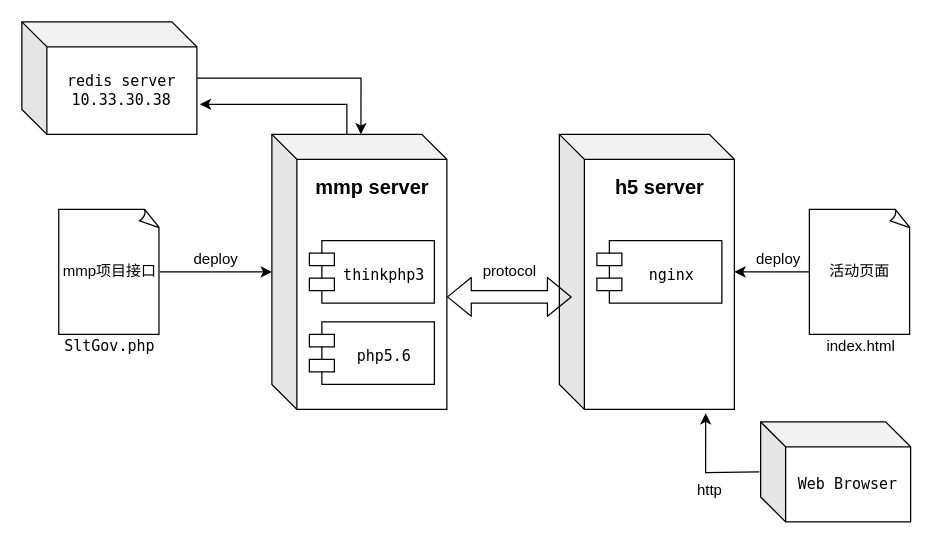
Above: 水利厅问卷调查接口UML部署图.drawio in chrisyukine/cyk (draw.io), before the change. Source tidied: cells renumbered, new cells numbered last; positions are measured from the earlier drawing's top-left corner, leaving out a move shared by most shapes. Both pictures are drawn from the tidied source at 125%, with x=0, y=0 at pixel (21, 21).
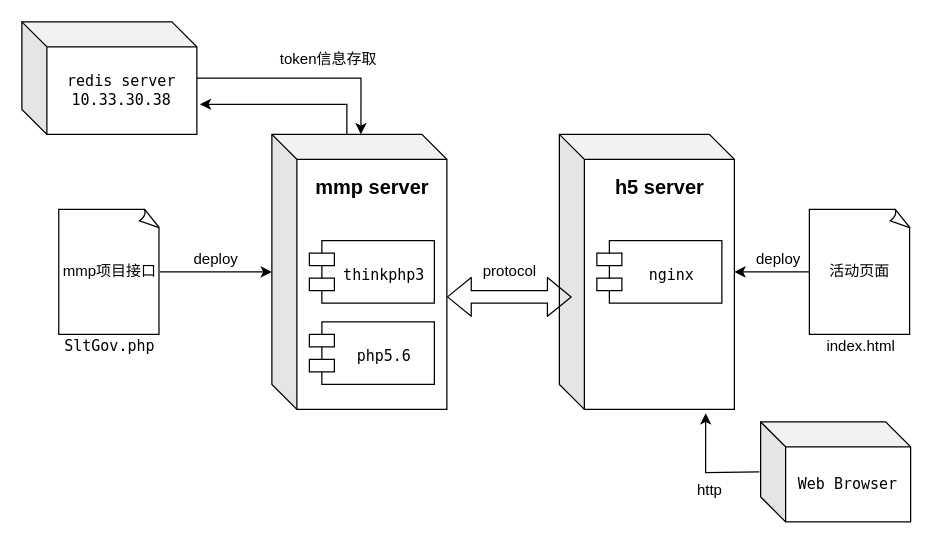
The same diagram, later.

Commit message (it also covers changes not shown here):
更新水利厅问卷调查接口UML部署图.drawio

The edit, as a diff of the source:
```diff
@@
+    <mxCell id="25" value="token信息存取" style="text;html=1;align=center;verticalAlign=middle;" parent="1" vertex="1">
+      <mxGeometry x="200" y="20" width="90" height="20" as="geometry" />
+    </mxCell>
```
